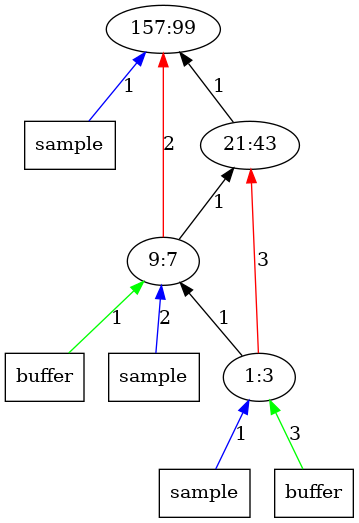
Before: outputImages/op99.png.png, a diagram exported from Graphviz (AbhikKhan/MTP_IITG). Its source is kept beside it as outputTrees/op99.dot.
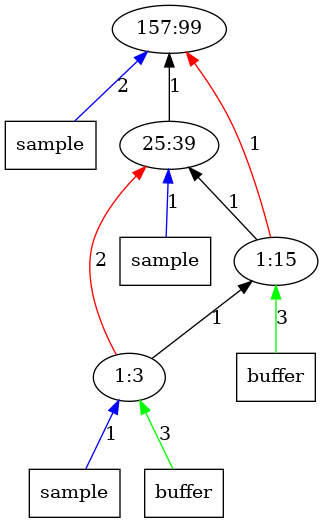
After the change.

Change to the diagram source:
```diff
@@ -1,19 +1,19 @@
 digraph Tree{
 	rankdir="BT"
-	x11 -> 1 [label = "1", color = "blue"];
+	x11 -> 1 [label = "2", color = "blue"];
 	x11 [label = "sample", shape = "box"];
 	1 [label = "157:99"];
 	2 -> 1 [label = "1", color = "black"];
-	2 [label = "21:43"];
-	x32 -> 3 [label = "1", color = "green"];
+	x21 -> 2 [label = "1", color = "blue"];
+	x21 [label = "sample", shape = "box"];
+	2 [label = "25:39"];
+	3 -> 1 [label = "1", color = "red"];
+	3 -> 2 [label = "1", color = "black"];
+	x32 -> 3 [label = "3", color = "green"];
 	x32 [label = "buffer", shape = "box"];
-	3 -> 2 [label = "1", color = "black"];
-	3 -> 1 [label = "2", color = "red"];
-	x31 -> 3 [label = "2", color = "blue"];
-	x31 [label = "sample", shape = "box"];
-	3 [label = "9:7"];
+	3 [label = "1:15"];
 	4 -> 3 [label = "1", color = "black"];
-	4 -> 2 [label = "3", color = "red"];
+	4 -> 2 [label = "2", color = "red"];
 	x41 -> 4 [label = "1", color = "blue"];
 	x41 [label = "sample", shape = "box"];
 	x42 -> 4 [label = "3", color = "green"];
```
